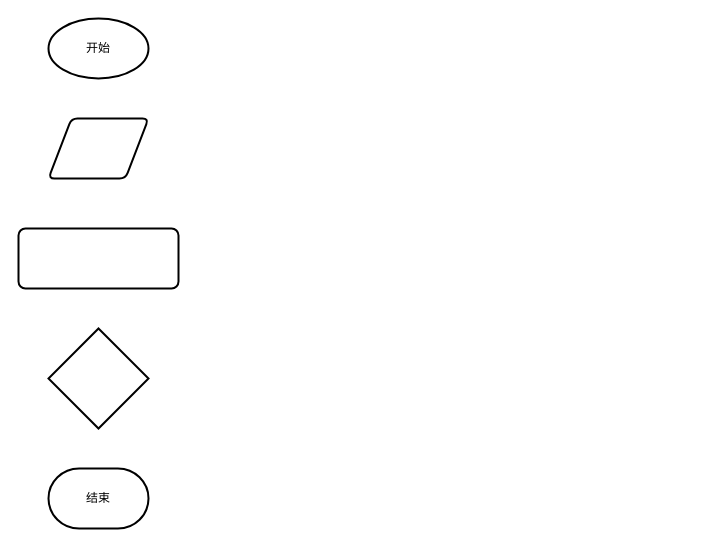
tangyaosimida/love keeps this draw.io diagram as 低代码—资源不共享.drawio. Above is the earlier version. Source tidied: cells renumbered, new cells numbered last; positions are measured from the earlier drawing's top-left corner, leaving out a move shared by most shapes. Both pictures are drawn from the tidied source at 100%, with x=0, y=0 at pixel (18, 18).
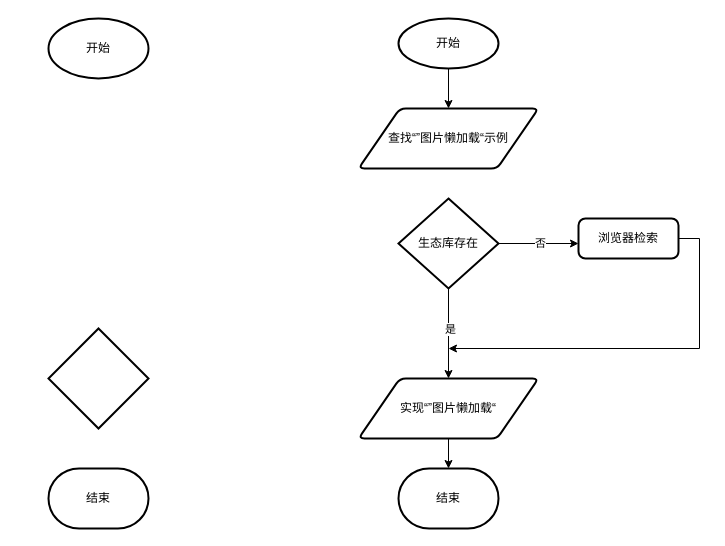
The same diagram, later.

Commit message (it also covers changes not shown here):
更新低代码—资源不共享.drawio

Diff of the diagram source:
```diff
@@
+    <mxCell id="7" style="edgeStyle=orthogonalEdgeStyle;rounded=0;jettySize=auto;html=1;" parent="1" edge="1" source="4">
+      <mxGeometry relative="1" as="geometry">
+        <mxPoint x="430" y="330" as="targetPoint" />
+        <Array as="points">
+          <mxPoint x="681" y="220" />
+        </Array>
+      </mxGeometry>
+    </mxCell>
-    <mxCell id="4" style="rounded=1;whiteSpace=wrap;html=1;absoluteArcSize=1;arcSize=14;strokeWidth=2;" parent="1" vertex="1">
-      <mxGeometry y="210" width="160" height="60" as="geometry" />
+    <mxCell id="4" value="浏览器检索" style="rounded=1;whiteSpace=wrap;html=1;absoluteArcSize=1;arcSize=14;strokeWidth=2;" parent="1" vertex="1">
+      <mxGeometry x="560" y="200" width="100" height="40" as="geometry" />
     </mxCell>
@@
-    <mxCell id="6" style="shape=parallelogram;html=1;strokeWidth=2;perimeter=parallelogramPerimeter;whiteSpace=wrap;rounded=1;arcSize=12;size=0.23;" parent="1" vertex="1">
-      <mxGeometry x="30" y="100" width="100" height="60" as="geometry" />
+    <mxCell id="6" value="实现“”图片懒加载“" style="shape=parallelogram;html=1;strokeWidth=2;perimeter=parallelogramPerimeter;whiteSpace=wrap;rounded=1;arcSize=12;size=0.23;" parent="1" vertex="1">
+      <mxGeometry x="340" y="360" width="180" height="60" as="geometry" />
     </mxCell>
+    <mxCell id="8" style="edgeStyle=orthogonalEdgeStyle;rounded=0;jettySize=auto;html=1;" parent="1" edge="1" source="9" target="16">
+      <mxGeometry relative="1" as="geometry" />
+    </mxCell>
+    <mxCell id="9" value="开始" style="strokeWidth=2;html=1;shape=mxgraph.flowchart.start_1;whiteSpace=wrap;" parent="1" vertex="1">
+      <mxGeometry x="380" width="100" height="50" as="geometry" />
+    </mxCell>
+    <mxCell id="10" value="结束" style="strokeWidth=2;html=1;shape=mxgraph.flowchart.terminator;whiteSpace=wrap;" parent="1" vertex="1">
+      <mxGeometry x="380" y="450" width="100" height="60" as="geometry" />
+    </mxCell>
+    <mxCell id="11" style="edgeStyle=orthogonalEdgeStyle;rounded=0;jettySize=auto;html=1;" parent="1" edge="1" source="15" target="6">
+      <mxGeometry relative="1" as="geometry" />
+    </mxCell>
+    <mxCell id="12" value="是" style="edgeLabel;html=1;align=center;verticalAlign=middle;" parent="11" vertex="1">
+      <mxGeometry x="-0.11" y="1" relative="1" as="geometry" />
+    </mxCell>
+    <mxCell id="13" style="edgeStyle=orthogonalEdgeStyle;rounded=0;jettySize=auto;html=1;exitX=1;exitY=0.5;exitDx=0;exitDy=0;exitPerimeter=0;" parent="1" edge="1" source="15">
+      <mxGeometry relative="1" as="geometry">
+        <mxPoint x="560" y="225" as="targetPoint" />
+      </mxGeometry>
+    </mxCell>
+    <mxCell id="14" value="否" style="edgeLabel;html=1;align=center;verticalAlign=middle;" parent="13" vertex="1">
+      <mxGeometry x="-0.01" y="1" relative="1" as="geometry">
+        <mxPoint y="-1" as="offset" />
+      </mxGeometry>
+    </mxCell>
+    <mxCell id="15" value="生态库存在" style="strokeWidth=2;html=1;shape=mxgraph.flowchart.decision;whiteSpace=wrap;" parent="1" vertex="1">
+      <mxGeometry x="380" y="180" width="100" height="90" as="geometry" />
+    </mxCell>
+    <mxCell id="16" value="查找“”图片懒加载“示例" style="shape=parallelogram;html=1;strokeWidth=2;perimeter=parallelogramPerimeter;whiteSpace=wrap;rounded=1;arcSize=12;size=0.23;" parent="1" vertex="1">
+      <mxGeometry x="340" y="90" width="180" height="60" as="geometry" />
+    </mxCell>
+    <mxCell id="17" style="edgeStyle=orthogonalEdgeStyle;rounded=0;jettySize=auto;html=1;exitX=0.5;exitY=1;exitDx=0;exitDy=0;entryX=0.5;entryY=0;entryDx=0;entryDy=0;entryPerimeter=0;" parent="1" edge="1" source="6" target="10">
+      <mxGeometry relative="1" as="geometry" />
+    </mxCell>
```
